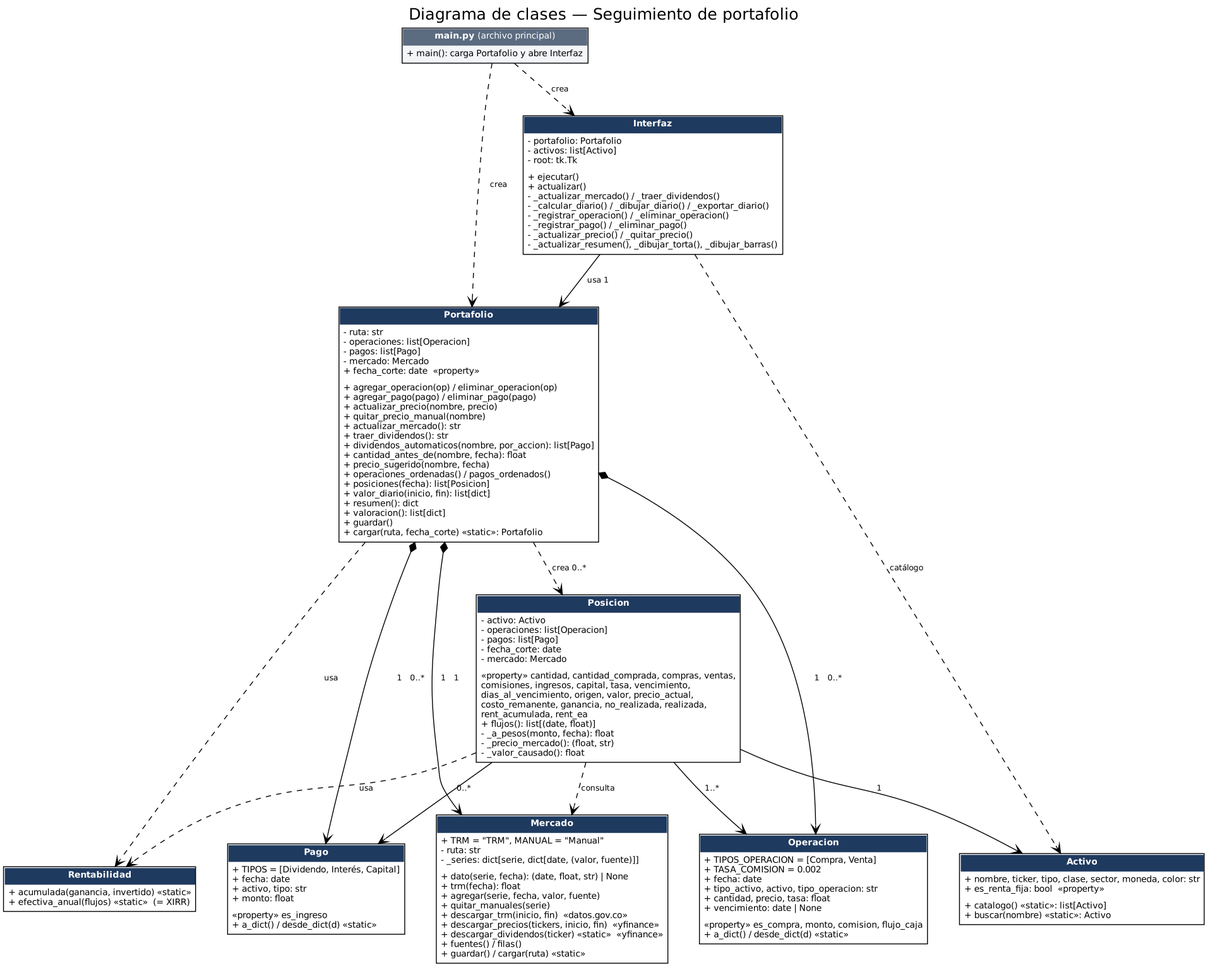
This is docs/img/uml_clases.png from N-um/Portafolio-de-inversion., a Graphviz export, as it was before one commit. Its source is kept beside it as docs/uml_clases.dot.
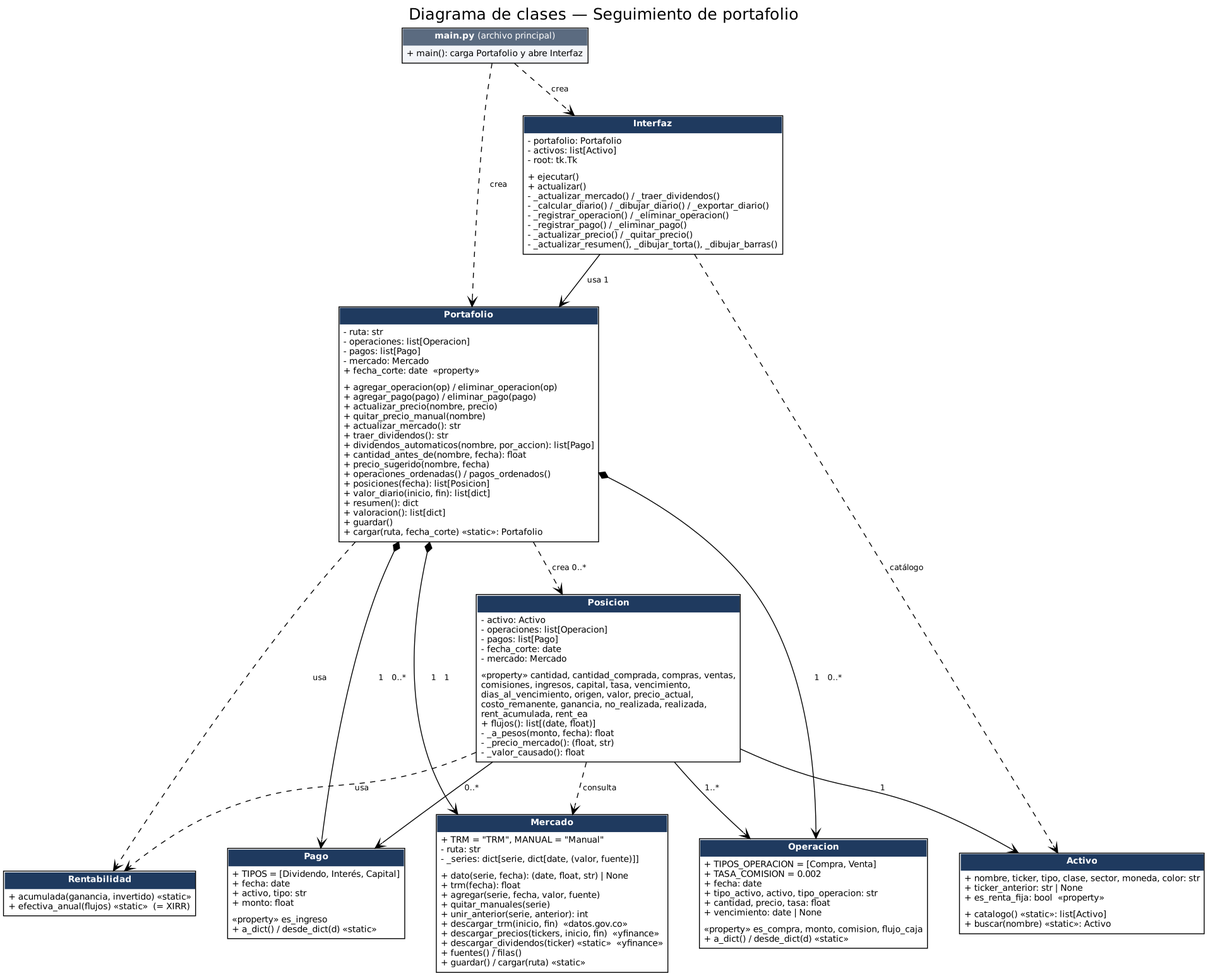
After the change.

Diff of the diagram source:
```diff
@@ -28,7 +28,7 @@
 
   Activo [label=<<table border="1" cellborder="0" cellspacing="0" cellpadding="4">
     <tr><td bgcolor="#1F3A5F"><font color="white"><b>Activo</b></font></td></tr>
-    <tr><td align="left" balign="left">+ nombre, ticker, tipo, clase, sector, moneda, color: str<br align="left"/>+ es_renta_fija: bool  «property»</td></tr>
+    <tr><td align="left" balign="left">+ nombre, ticker, tipo, clase, sector, moneda, color: str<br align="left"/>+ ticker_anterior: str | None<br align="left"/>+ es_renta_fija: bool  «property»</td></tr>
     <tr><td align="left" balign="left">+ catalogo() «static»: list[Activo]<br align="left"/>+ buscar(nombre) «static»: Activo</td></tr></table>>];
 
   Operacion [label=<<table border="1" cellborder="0" cellspacing="0" cellpadding="4">
@@ -44,7 +44,7 @@
   Mercado [label=<<table border="1" cellborder="0" cellspacing="0" cellpadding="4">
     <tr><td bgcolor="#1F3A5F"><font color="white"><b>Mercado</b></font></td></tr>
     <tr><td align="left" balign="left">+ TRM = "TRM", MANUAL = "Manual"<br align="left"/>- ruta: str<br align="left"/>- _series: dict[serie, dict[date, (valor, fuente)]]</td></tr>
-    <tr><td align="left" balign="left">+ dato(serie, fecha): (date, float, str) | None<br align="left"/>+ trm(fecha): float<br align="left"/>+ agregar(serie, fecha, valor, fuente)<br align="left"/>+ quitar_manuales(serie)<br align="left"/>+ descargar_trm(inicio, fin)  «datos.gov.co»<br align="left"/>+ descargar_precios(tickers, inicio, fin)  «yfinance»<br align="left"/>+ descargar_dividendos(ticker) «static»  «yfinance»<br align="left"/>+ fuentes() / filas()<br align="left"/>+ guardar() / cargar(ruta) «static»</td></tr></table>>];
+    <tr><td align="left" balign="left">+ dato(serie, fecha): (date, float, str) | None<br align="left"/>+ trm(fecha): float<br align="left"/>+ agregar(serie, fecha, valor, fuente)<br align="left"/>+ quitar_manuales(serie)<br align="left"/>+ unir_anterior(serie, anterior): int<br align="left"/>+ descargar_trm(inicio, fin)  «datos.gov.co»<br align="left"/>+ descargar_precios(tickers, inicio, fin)  «yfinance»<br align="left"/>+ descargar_dividendos(ticker) «static»  «yfinance»<br align="left"/>+ fuentes() / filas()<br align="left"/>+ guardar() / cargar(ruta) «static»</td></tr></table>>];
 
   main -> Portafolio [label="  crea", style=dashed, arrowhead=vee];
   main -> Interfaz [label="  crea", style=dashed, arrowhead=vee];
```
